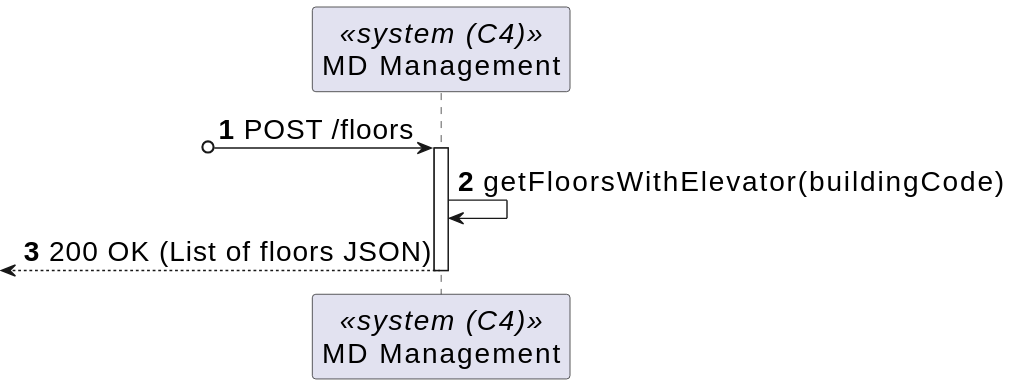
The PlantUML diagram _wiki/sprint-a/us16-300/views/level-2/assets/process-view.svg in miseEnPlace-dev/lapr5, before a commit.
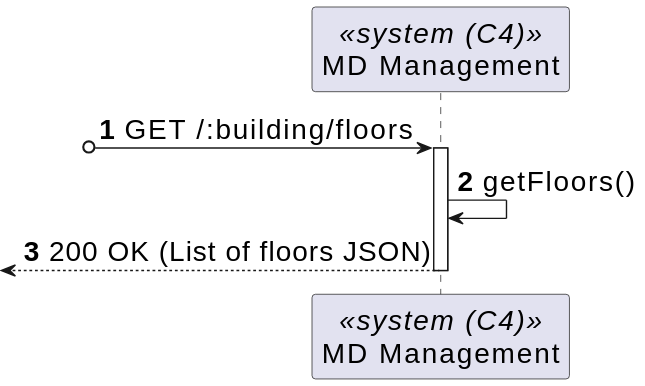
After the change.

Change to the diagram source:
```diff
@@ -4,10 +4,10 @@
 participant SYS as "MD Management" <<system (C4)>>
 
 
-?o-> SYS : POST /floors
+?o-> SYS : GET /:building/floors
 activate SYS
 
-SYS -> SYS : getFloorsWithElevator(buildingCode)
+SYS -> SYS : getFloors()
 <-- SYS : 200 OK (List of floors JSON)
 deactivate SYS
 @enduml
```
